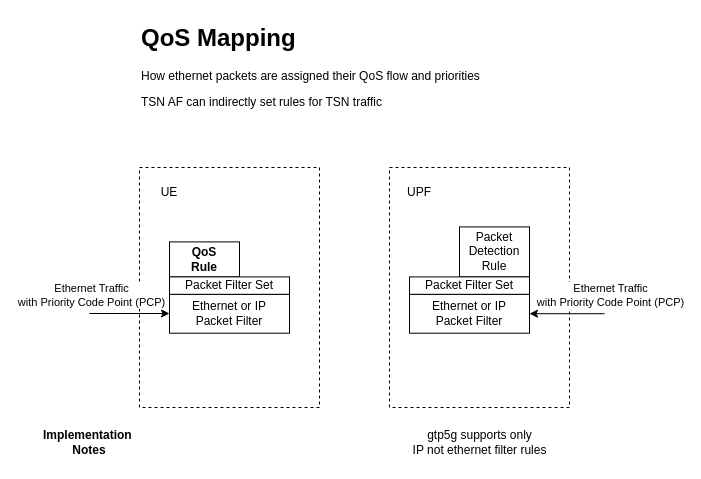
ottoblep/tsn-5g-testbench keeps this draw.io diagram as docs/qos_mapping.drawio. Above is the earlier version. Source tidied: cells renumbered, new cells numbered last; positions are measured from the earlier drawing's top-left corner, leaving out a move shared by most shapes. Both pictures are drawn from the tidied source at 100%, with x=0, y=0 at pixel (59, 17).
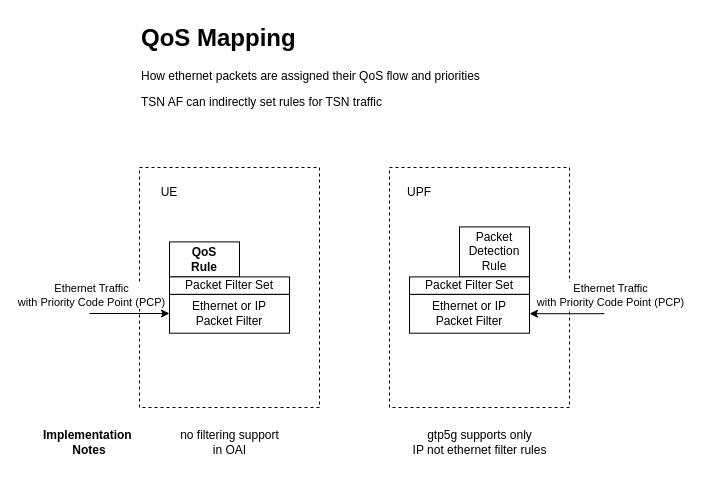
After the change.

Commit message (it also covers changes not shown here):
Add note on filtering

The edit, as a diff of the source:
```diff
@@
+    <mxCell id="19" value="no filtering support&lt;div&gt;in OAI&lt;/div&gt;" style="text;html=1;align=center;verticalAlign=middle;strokeColor=none;fillColor=none;" parent="1" vertex="1">
+      <mxGeometry x="110" y="405" width="120" height="40" as="geometry" />
+    </mxCell>
```
